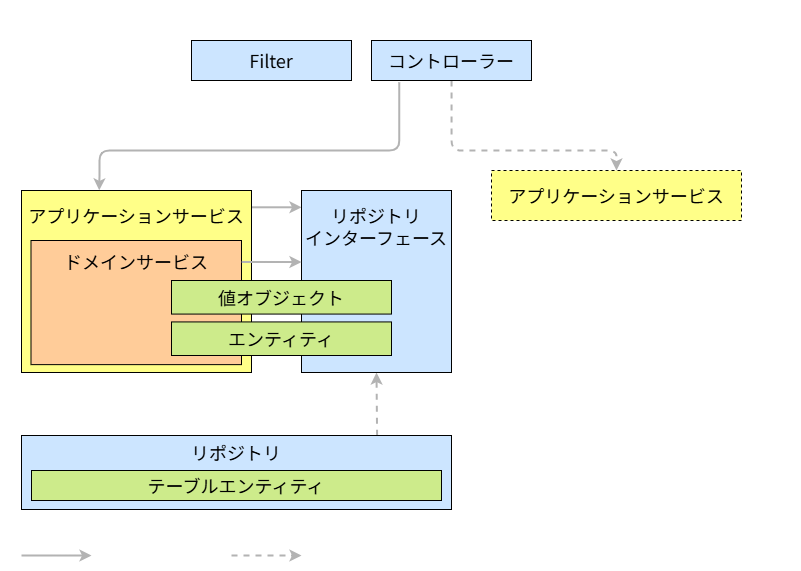
The draw.io diagram documents/contents/images/app-architecture/client-side-rendering/csr-architecture-dark.png in AlesInfiny/maia, before a commit. Source tidied: cells renumbered, new cells last; positions are measured from the earlier drawing's top-left corner, leaving out a move shared by most shapes.
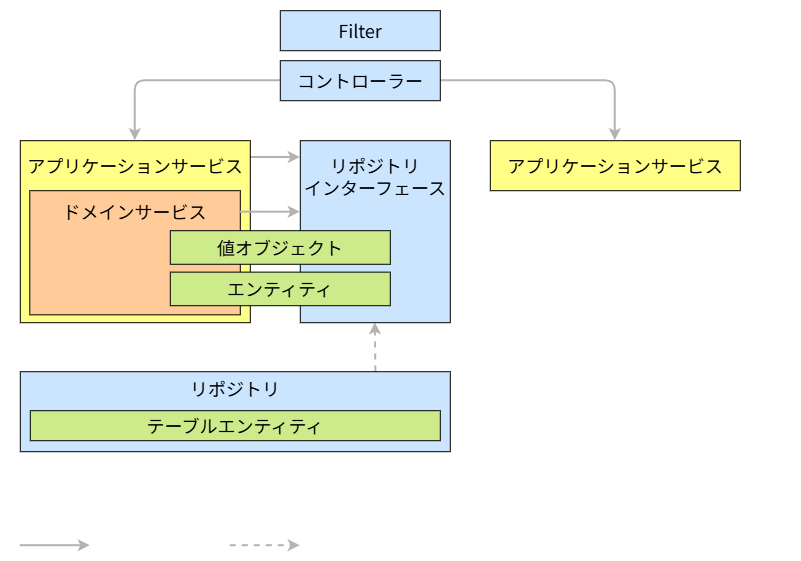
The same file after the commit.

Diff of the diagram source:
```diff
@@ -2,103 +2,100 @@
   <root>
     <mxCell id="0" />
     <mxCell id="1" parent="0" />
-    <mxCell id="2" value="&lt;font&gt;&lt;font style=&quot;color: rgb(255, 255, 255);&quot;&gt;アプリケーションモジュール A&lt;/font&gt;&lt;br&gt;&lt;/font&gt;" style="rounded=0;whiteSpace=wrap;html=1;fontFamily=Noto Sans JP;fontSize=18;strokeWidth=2;dashed=1;fontSource=https%3A%2F%2Ffonts.googleapis.com%2Fcss%3Ffamily%3DNoto%2BSans%2BJP;fillColor=none;strokeColor=#FFFFFF;spacingTop=8;spacingLeft=8;verticalAlign=top;align=left;fontColor=#000000;" parent="1" vertex="1">
-      <mxGeometry y="100" width="470" height="430" as="geometry" />
+    <mxCell id="2" value="&lt;font&gt;&lt;span style=&quot;color: rgb(255, 255, 255);&quot;&gt;アプリケーションモジュール A&lt;/span&gt;&lt;br&gt;&lt;/font&gt;" style="rounded=0;whiteSpace=wrap;html=1;fontFamily=Noto Sans JP;fontSize=18;strokeWidth=1;fontSource=https%3A%2F%2Ffonts.googleapis.com%2Fcss%3Ffamily%3DNoto%2BSans%2BJP;fillColor=none;strokeColor=#FFFFFF;spacingTop=8;spacingLeft=0;verticalAlign=bottom;align=center;" parent="1" vertex="1">
+      <mxGeometry x="-40" y="180" width="470" height="400" as="geometry" />
     </mxCell>
-    <mxCell id="3" value="&lt;font&gt;&lt;font style=&quot;color: rgb(255, 255, 255);&quot;&gt;アプリケーションモジュール B&lt;/font&gt;&lt;br&gt;&lt;/font&gt;" style="rounded=0;whiteSpace=wrap;html=1;fontFamily=Noto Sans JP;fontSize=18;strokeWidth=2;dashed=1;fontSource=https%3A%2F%2Ffonts.googleapis.com%2Fcss%3Ffamily%3DNoto%2BSans%2BJP;fillColor=none;strokeColor=#FFFFFF;spacingTop=8;spacingLeft=8;verticalAlign=top;align=left;fontColor=#FFFFFF;" parent="1" vertex="1">
-      <mxGeometry x="480" y="100.6" width="270" height="429.4" as="geometry" />
+    <mxCell id="3" value="&lt;font&gt;&lt;span style=&quot;color: rgb(255, 255, 255);&quot;&gt;アプリケーションモジュール B&lt;/span&gt;&lt;br&gt;&lt;/font&gt;" style="rounded=0;whiteSpace=wrap;html=1;fontFamily=Noto Sans JP;fontSize=18;strokeWidth=1;fontSource=https%3A%2F%2Ffonts.googleapis.com%2Fcss%3Ffamily%3DNoto%2BSans%2BJP;fillColor=none;strokeColor=#FFFFFF;spacingTop=8;spacingLeft=0;verticalAlign=bottom;align=center;" parent="1" vertex="1">
+      <mxGeometry x="440" y="180.6" width="270" height="400" as="geometry" />
     </mxCell>
-    <mxCell id="4" value="&lt;font style=&quot;font-size: 18px; color: rgb(255, 255, 255);&quot;&gt;&lt;font style=&quot;&quot;&gt;内部構成は&lt;/font&gt;&lt;span style=&quot;background-color: transparent;&quot;&gt;アプリケーション&lt;/span&gt;&lt;/font&gt;&lt;div&gt;&lt;font style=&quot;font-size: 18px; color: rgb(255, 255, 255);&quot;&gt;&lt;span style=&quot;background-color: transparent;&quot;&gt;モジュール A と同様&lt;/span&gt;&lt;/font&gt;&lt;/div&gt;" style="text;html=1;strokeColor=none;fillColor=none;align=center;verticalAlign=middle;whiteSpace=wrap;rounded=0;fontFamily=Noto Sans JP;fontSize=14;fontColor=#FFFFFF;" parent="1" vertex="1">
-      <mxGeometry x="485" y="265" width="260" height="80" as="geometry" />
-    </mxCell>
+    <mxCell id="28" value="&lt;font style=&quot;color: rgb(255, 255, 255);&quot;&gt;内部構成はアプリケーション&lt;/font&gt;&lt;div&gt;&lt;font style=&quot;color: rgb(255, 255, 255);&quot;&gt;モジュール A と同様&lt;/font&gt;&lt;/div&gt;" style="text;html=1;strokeColor=none;fillColor=none;align=center;verticalAlign=middle;whiteSpace=wrap;rounded=0;fontFamily=Noto Sans JP;fontSize=18;fontColor=#000000;" parent="1" vertex="1">
+      <mxGeometry x="445" y="345" width="260" height="80" as="geometry" />
+    </mxCell>
-    <mxCell id="5" value="…" style="text;html=1;strokeColor=none;fillColor=none;align=center;verticalAlign=middle;whiteSpace=wrap;rounded=0;fontFamily=Noto Sans JP;fontSize=28;fontColor=#FFFFFF;" parent="1" vertex="1">
-      <mxGeometry x="760" y="275" width="40" height="60" as="geometry" />
+    <mxCell id="5" value="&lt;span style=&quot;color: rgb(255, 255, 255);&quot;&gt;…&lt;/span&gt;" style="text;html=1;strokeColor=none;fillColor=none;align=center;verticalAlign=middle;whiteSpace=wrap;rounded=0;fontFamily=Noto Sans JP;fontSize=28;fontColor=#000000;" parent="1" vertex="1">
+      <mxGeometry x="720" y="355" width="40" height="60" as="geometry" />
     </mxCell>
-    <mxCell id="6" value="&lt;font&gt;&lt;font style=&quot;color: rgb(255, 255, 255);&quot;&gt;アプリケーションコア層&lt;/font&gt;&lt;br&gt;&lt;/font&gt;" style="rounded=0;whiteSpace=wrap;html=1;fontFamily=Noto Sans JP;fontSize=18;strokeWidth=1;fontSource=https%3A%2F%2Ffonts.googleapis.com%2Fcss%3Ffamily%3DNoto%2BSans%2BJP;fillColor=none;strokeColor=#FFFFFF;spacingTop=8;verticalAlign=top;fontColor=#FFFFFF;" parent="1" vertex="1">
-      <mxGeometry x="10" y="140" width="450" height="240" as="geometry" />
+    <mxCell id="6" value="&lt;font&gt;&lt;span style=&quot;color: rgb(255, 255, 255);&quot;&gt;アプリケーションコア層&lt;/span&gt;&lt;br&gt;&lt;/font&gt;" style="rounded=0;whiteSpace=wrap;html=1;fontFamily=Noto Sans JP;fontSize=18;strokeWidth=1;fontSource=https%3A%2F%2Ffonts.googleapis.com%2Fcss%3Ffamily%3DNoto%2BSans%2BJP;fillColor=none;strokeColor=#FFFFFF;spacingTop=8;verticalAlign=bottom;align=left;spacingLeft=8;" parent="1" vertex="1">
+      <mxGeometry x="-30" y="190" width="450" height="220" as="geometry" />
     </mxCell>
-    <mxCell id="7" style="edgeStyle=none;html=1;strokeColor=#B3B3B3;strokeWidth=2;" parent="1" edge="1">
-      <mxGeometry relative="1" as="geometry">
-        <mxPoint x="250" y="206.8" as="sourcePoint" />
-        <mxPoint x="300" y="206.8" as="targetPoint" />
-      </mxGeometry>
-    </mxCell>
-    <mxCell id="8" value="&lt;div&gt;&lt;font color=&quot;#000000&quot;&gt;アプリケーションサービス&lt;/font&gt;&lt;/div&gt;" style="rounded=0;whiteSpace=wrap;html=1;fontFamily=Noto Sans JP;fontSize=18;fillColor=#ffff88;strokeColor=default;strokeWidth=1;spacingLeft=0;fontSource=https%3A%2F%2Ffonts.googleapis.com%2Fcss%3Ffamily%3DNoto%2BSans%2BJP;align=center;verticalAlign=top;spacingTop=8;" parent="1" vertex="1">
-      <mxGeometry x="20" y="190" width="230" height="182" as="geometry" />
-    </mxCell>
+    <mxCell id="29" style="edgeStyle=none;html=1;strokeColor=#B3B3B3;strokeWidth=2;" parent="1" edge="1">
+      <mxGeometry relative="1" as="geometry">
+        <mxPoint x="210" y="216.8" as="sourcePoint" />
+        <mxPoint x="260" y="216.8" as="targetPoint" />
+      </mxGeometry>
+    </mxCell>
+    <mxCell id="30" value="&lt;div&gt;&lt;font color=&quot;#000000&quot;&gt;アプリケーションサービス&lt;/font&gt;&lt;/div&gt;" style="rounded=0;whiteSpace=wrap;html=1;fontFamily=Noto Sans JP;fontSize=18;fillColor=#ffff88;strokeColor=#000000;strokeWidth=1;spacingLeft=0;fontSource=https%3A%2F%2Ffonts.googleapis.com%2Fcss%3Ffamily%3DNoto%2BSans%2BJP;align=center;verticalAlign=top;spacingTop=8;" parent="1" vertex="1">
+      <mxGeometry x="-20" y="200" width="230" height="182" as="geometry" />
+    </mxCell>
-    <mxCell id="9" value="&lt;font&gt;&lt;font style=&quot;color: rgb(255, 255, 255);&quot;&gt;インフラストラクチャ層&lt;/font&gt;&lt;br&gt;&lt;/font&gt;" style="rounded=0;whiteSpace=wrap;html=1;fontFamily=Noto Sans JP;fontSize=18;strokeWidth=1;fontSource=https%3A%2F%2Ffonts.googleapis.com%2Fcss%3Ffamily%3DNoto%2BSans%2BJP;fillColor=none;strokeColor=#FFFFFF;spacingTop=8;verticalAlign=top;fontColor=#000000;" parent="1" vertex="1">
-      <mxGeometry x="10" y="390" width="450" height="130" as="geometry" />
+    <mxCell id="9" value="&lt;font&gt;&lt;span style=&quot;color: rgb(255, 255, 255);&quot;&gt;インフラストラクチャ層&lt;/span&gt;&lt;br&gt;&lt;/font&gt;" style="rounded=0;whiteSpace=wrap;html=1;fontFamily=Noto Sans JP;fontSize=18;strokeWidth=1;fontSource=https%3A%2F%2Ffonts.googleapis.com%2Fcss%3Ffamily%3DNoto%2BSans%2BJP;fillColor=none;strokeColor=#FFFFFF;spacingTop=8;verticalAlign=bottom;align=left;spacingLeft=8;" parent="1" vertex="1">
+      <mxGeometry x="-30" y="420" width="450" height="124.1" as="geometry" />
     </mxCell>
-    <mxCell id="10" value="&lt;font&gt;&lt;font style=&quot;color: rgb(255, 255, 255);&quot;&gt;プレゼンテーション層&lt;/font&gt;&lt;br&gt;&lt;/font&gt;" style="rounded=0;whiteSpace=wrap;html=1;fontFamily=Noto Sans JP;fontSize=18;strokeWidth=1;fontSource=https%3A%2F%2Ffonts.googleapis.com%2Fcss%3Ffamily%3DNoto%2BSans%2BJP;fillColor=none;strokeColor=#FFFFFF;spacingTop=8;verticalAlign=top;fontColor=#FFFFFF;" parent="1" vertex="1">
-      <mxGeometry width="750" height="90" as="geometry" />
+    <mxCell id="10" value="&lt;font&gt;&lt;span style=&quot;color: rgb(255, 255, 255);&quot;&gt;プレゼンテーション層&lt;/span&gt;&lt;br&gt;&lt;/font&gt;" style="rounded=0;whiteSpace=wrap;html=1;fontFamily=Noto Sans JP;fontSize=18;strokeWidth=1;fontSource=https%3A%2F%2Ffonts.googleapis.com%2Fcss%3Ffamily%3DNoto%2BSans%2BJP;fillColor=none;strokeColor=#FFFFFF;spacingTop=8;verticalAlign=top;align=left;spacingLeft=8;" parent="1" vertex="1">
+      <mxGeometry x="-40" y="60" width="750" height="110" as="geometry" />
     </mxCell>
-    <mxCell id="11" value="&lt;div&gt;&lt;font color=&quot;#000000&quot;&gt;ドメインサービス&lt;/font&gt;&lt;/div&gt;" style="rounded=0;whiteSpace=wrap;html=1;fontFamily=Noto Sans JP;fontSize=18;fillColor=#ffcc99;strokeColor=default;strokeWidth=1;spacingLeft=0;fontSource=https%3A%2F%2Ffonts.googleapis.com%2Fcss%3Ffamily%3DNoto%2BSans%2BJP;align=center;verticalAlign=top;spacingTop=4;" parent="1" vertex="1">
-      <mxGeometry x="29.5" y="240" width="210.5" height="124.1" as="geometry" />
+    <mxCell id="11" value="&lt;div&gt;&lt;font color=&quot;#000000&quot;&gt;ドメインサービス&lt;/font&gt;&lt;/div&gt;" style="rounded=0;whiteSpace=wrap;html=1;fontFamily=Noto Sans JP;fontSize=18;fillColor=#ffcc99;strokeColor=#000000;strokeWidth=1;spacingLeft=0;fontSource=https%3A%2F%2Ffonts.googleapis.com%2Fcss%3Ffamily%3DNoto%2BSans%2BJP;align=center;verticalAlign=top;spacingTop=4;" parent="1" vertex="1">
+      <mxGeometry x="-10.5" y="250" width="210.5" height="124.1" as="geometry" />
     </mxCell>
     <mxCell id="12" style="edgeStyle=none;html=1;entryX=0.5;entryY=1;entryDx=0;entryDy=0;exitX=0.827;exitY=0.004;exitDx=0;exitDy=0;exitPerimeter=0;strokeColor=#B3B3B3;strokeWidth=2;dashed=1;" parent="1" edge="1" source="13" target="14">
       <mxGeometry relative="1" as="geometry" />
     </mxCell>
-    <mxCell id="13" value="&lt;font color=&quot;#000000&quot;&gt;リポジトリ&lt;br&gt;&lt;/font&gt;" style="rounded=0;whiteSpace=wrap;html=1;fontFamily=Noto Sans JP;fontSize=18;fillColor=#cce5ff;strokeColor=default;strokeWidth=1;spacingLeft=0;fontSource=https%3A%2F%2Ffonts.googleapis.com%2Fcss%3Ffamily%3DNoto%2BSans%2BJP;verticalAlign=top;" parent="1" vertex="1">
-      <mxGeometry x="20" y="435" width="430" height="74" as="geometry" />
+    <mxCell id="13" value="&lt;font color=&quot;#000000&quot;&gt;リポジトリ&lt;br&gt;&lt;/font&gt;" style="rounded=0;whiteSpace=wrap;html=1;fontFamily=Noto Sans JP;fontSize=18;fillColor=#cce5ff;strokeColor=#000000;strokeWidth=1;spacingLeft=0;fontSource=https%3A%2F%2Ffonts.googleapis.com%2Fcss%3Ffamily%3DNoto%2BSans%2BJP;verticalAlign=top;" parent="1" vertex="1">
+      <mxGeometry x="-20" y="431" width="430" height="80" as="geometry" />
     </mxCell>
-    <mxCell id="14" value="&lt;font color=&quot;#000000&quot;&gt;リポジトリ&lt;br&gt;インターフェース&lt;br&gt;&lt;/font&gt;" style="rounded=0;whiteSpace=wrap;html=1;fontFamily=Noto Sans JP;fontSize=18;fillColor=#cce5ff;strokeColor=default;strokeWidth=1;spacingLeft=0;fontSource=https%3A%2F%2Ffonts.googleapis.com%2Fcss%3Ffamily%3DNoto%2BSans%2BJP;verticalAlign=top;spacingTop=8;" parent="1" vertex="1">
-      <mxGeometry x="300" y="190" width="150" height="182" as="geometry" />
+    <mxCell id="14" value="&lt;font color=&quot;#000000&quot;&gt;リポジトリ&lt;br&gt;インターフェース&lt;br&gt;&lt;/font&gt;" style="rounded=0;whiteSpace=wrap;html=1;fontFamily=Noto Sans JP;fontSize=18;fillColor=#cce5ff;strokeColor=#000000;strokeWidth=1;spacingLeft=0;fontSource=https%3A%2F%2Ffonts.googleapis.com%2Fcss%3Ffamily%3DNoto%2BSans%2BJP;verticalAlign=top;spacingTop=8;" parent="1" vertex="1">
+      <mxGeometry x="260" y="200" width="150" height="182" as="geometry" />
     </mxCell>
-    <mxCell id="15" style="edgeStyle=orthogonalEdgeStyle;html=1;strokeColor=#B3B3B3;exitX=0.174;exitY=1.041;exitDx=0;exitDy=0;exitPerimeter=0;entryX=0.338;entryY=-0.001;entryDx=0;entryDy=0;entryPerimeter=0;strokeWidth=2;" parent="1" edge="1" source="17" target="8">
-      <mxGeometry relative="1" as="geometry">
-        <Array as="points">
-          <mxPoint x="398" y="150" />
-          <mxPoint x="98" y="150" />
-          <mxPoint x="98" y="170" />
-        </Array>
-      </mxGeometry>
-    </mxCell>
-    <mxCell id="16" style="edgeStyle=orthogonalEdgeStyle;html=1;strokeColor=#B3B3B3;dashed=1;strokeWidth=2;" parent="1" edge="1" source="17" target="22">
-      <mxGeometry relative="1" as="geometry">
-        <Array as="points">
-          <mxPoint x="450" y="150" />
-          <mxPoint x="615" y="150" />
-        </Array>
-      </mxGeometry>
-    </mxCell>
+    <mxCell id="31" style="edgeStyle=orthogonalEdgeStyle;html=1;strokeColor=#B3B3B3;exitX=0;exitY=0.5;exitDx=0;exitDy=0;entryX=0.5;entryY=0;entryDx=0;entryDy=0;strokeWidth=2;" parent="1" edge="1" source="17" target="30">
+      <mxGeometry relative="1" as="geometry">
+        <Array as="points">
+          <mxPoint x="95" y="140" />
+        </Array>
+      </mxGeometry>
+    </mxCell>
+    <mxCell id="32" style="edgeStyle=orthogonalEdgeStyle;html=1;strokeColor=#B3B3B3;strokeWidth=2;" parent="1" edge="1" source="17" target="33">
+      <mxGeometry relative="1" as="geometry">
+        <Array as="points">
+          <mxPoint x="575" y="140" />
+        </Array>
+      </mxGeometry>
+    </mxCell>
-    <mxCell id="17" value="&lt;font color=&quot;#000000&quot;&gt;コントローラー&lt;/font&gt;" style="rounded=0;whiteSpace=wrap;html=1;fontFamily=Noto Sans JP;fontSize=18;fillColor=#cce5ff;strokeColor=default;strokeWidth=1;spacingLeft=0;fontSource=https%3A%2F%2Ffonts.googleapis.com%2Fcss%3Ffamily%3DNoto%2BSans%2BJP;" parent="1" vertex="1">
-      <mxGeometry x="370" y="40" width="160" height="40" as="geometry" />
+    <mxCell id="17" value="&lt;font color=&quot;#000000&quot;&gt;コントローラー&lt;/font&gt;" style="rounded=0;whiteSpace=wrap;html=1;fontFamily=Noto Sans JP;fontSize=18;fillColor=#cce5ff;strokeColor=#000000;strokeWidth=1;spacingLeft=0;fontSource=https%3A%2F%2Ffonts.googleapis.com%2Fcss%3Ffamily%3DNoto%2BSans%2BJP;" parent="1" vertex="1">
+      <mxGeometry x="240" y="120" width="160" height="40" as="geometry" />
     </mxCell>
-    <mxCell id="18" value="&lt;font color=&quot;#000000&quot;&gt;Filter&lt;/font&gt;" style="rounded=0;whiteSpace=wrap;html=1;fontFamily=Noto Sans JP;fontSize=18;fillColor=#cce5ff;strokeColor=default;strokeWidth=1;spacingLeft=0;fontSource=https%3A%2F%2Ffonts.googleapis.com%2Fcss%3Ffamily%3DNoto%2BSans%2BJP;" parent="1" vertex="1">
-      <mxGeometry x="190" y="40" width="160" height="40" as="geometry" />
+    <mxCell id="18" value="&lt;font color=&quot;#000000&quot;&gt;Filter&lt;/font&gt;" style="rounded=0;whiteSpace=wrap;html=1;fontFamily=Noto Sans JP;fontSize=18;fillColor=#cce5ff;strokeColor=#000000;strokeWidth=1;spacingLeft=0;fontSource=https%3A%2F%2Ffonts.googleapis.com%2Fcss%3Ffamily%3DNoto%2BSans%2BJP;" parent="1" vertex="1">
+      <mxGeometry x="240" y="70" width="160" height="40" as="geometry" />
     </mxCell>
-    <mxCell id="19" value="&lt;font color=&quot;#000000&quot;&gt;テーブルエンティティ&lt;/font&gt;" style="rounded=0;whiteSpace=wrap;html=1;fontFamily=Noto Sans JP;fontSize=18;fillColor=#cdeb8b;strokeColor=default;strokeWidth=1;spacingLeft=0;fontSource=https%3A%2F%2Ffonts.googleapis.com%2Fcss%3Ffamily%3DNoto%2BSans%2BJP;" parent="1" vertex="1">
-      <mxGeometry x="30" y="470" width="410" height="30" as="geometry" />
+    <mxCell id="19" value="&lt;font color=&quot;#000000&quot;&gt;テーブルエンティティ&lt;/font&gt;" style="rounded=0;whiteSpace=wrap;html=1;fontFamily=Noto Sans JP;fontSize=18;fillColor=#cdeb8b;strokeColor=#000000;strokeWidth=1;spacingLeft=0;fontSource=https%3A%2F%2Ffonts.googleapis.com%2Fcss%3Ffamily%3DNoto%2BSans%2BJP;" parent="1" vertex="1">
+      <mxGeometry x="-10" y="470" width="410" height="30" as="geometry" />
     </mxCell>
-    <mxCell id="20" value="値オブジェクト" style="rounded=0;whiteSpace=wrap;html=1;fontFamily=Noto Sans JP;fontSize=18;fillColor=#cdeb8b;strokeColor=default;strokeWidth=1;spacingLeft=0;fontSource=https%3A%2F%2Ffonts.googleapis.com%2Fcss%3Ffamily%3DNoto%2BSans%2BJP;" parent="1" vertex="1">
-      <mxGeometry x="170" y="280" width="220" height="33.6" as="geometry" />
+    <mxCell id="20" value="値オブジェクト" style="rounded=0;whiteSpace=wrap;html=1;fontFamily=Noto Sans JP;fontSize=18;fillColor=#cdeb8b;strokeColor=#000000;strokeWidth=1;spacingLeft=0;fontSource=https%3A%2F%2Ffonts.googleapis.com%2Fcss%3Ffamily%3DNoto%2BSans%2BJP;" parent="1" vertex="1">
+      <mxGeometry x="130" y="290" width="220" height="33.6" as="geometry" />
     </mxCell>
-    <mxCell id="21" value="エンティティ" style="rounded=0;whiteSpace=wrap;html=1;fontFamily=Noto Sans JP;fontSize=18;fillColor=#cdeb8b;strokeColor=default;strokeWidth=1;spacingLeft=0;fontSource=https%3A%2F%2Ffonts.googleapis.com%2Fcss%3Ffamily%3DNoto%2BSans%2BJP;" parent="1" vertex="1">
-      <mxGeometry x="170" y="321.4" width="220" height="33.6" as="geometry" />
+    <mxCell id="21" value="エンティティ" style="rounded=0;whiteSpace=wrap;html=1;fontFamily=Noto Sans JP;fontSize=18;fillColor=#cdeb8b;strokeColor=#000000;strokeWidth=1;spacingLeft=0;fontSource=https%3A%2F%2Ffonts.googleapis.com%2Fcss%3Ffamily%3DNoto%2BSans%2BJP;" parent="1" vertex="1">
+      <mxGeometry x="130" y="331.4" width="220" height="33.6" as="geometry" />
     </mxCell>
-    <mxCell id="22" value="&lt;div&gt;&lt;font color=&quot;#000000&quot;&gt;アプリケーションサービス&lt;/font&gt;&lt;/div&gt;" style="rounded=0;whiteSpace=wrap;html=1;fontFamily=Noto Sans JP;fontSize=18;fillColor=#ffff88;strokeColor=default;strokeWidth=1;spacingLeft=0;fontSource=https%3A%2F%2Ffonts.googleapis.com%2Fcss%3Ffamily%3DNoto%2BSans%2BJP;align=center;verticalAlign=top;spacingTop=8;dashed=1;" parent="1" vertex="1">
-      <mxGeometry x="490" y="170" width="250" height="50" as="geometry" />
-    </mxCell>
+    <mxCell id="33" value="&lt;div&gt;&lt;font color=&quot;#000000&quot;&gt;アプリケーションサービス&lt;/font&gt;&lt;/div&gt;" style="rounded=0;whiteSpace=wrap;html=1;fontFamily=Noto Sans JP;fontSize=18;fillColor=#ffff88;strokeColor=#000000;strokeWidth=1;spacingLeft=0;fontSource=https%3A%2F%2Ffonts.googleapis.com%2Fcss%3Ffamily%3DNoto%2BSans%2BJP;align=center;verticalAlign=top;spacingTop=8;" parent="1" vertex="1">
+      <mxGeometry x="450" y="200" width="250" height="50" as="geometry" />
+    </mxCell>
     <mxCell id="23" style="edgeStyle=none;html=1;entryX=0;entryY=0.393;entryDx=0;entryDy=0;entryPerimeter=0;exitX=1.001;exitY=0.173;exitDx=0;exitDy=0;exitPerimeter=0;strokeColor=#B3B3B3;strokeWidth=2;" parent="1" edge="1" source="11" target="14">
       <mxGeometry relative="1" as="geometry" />
     </mxCell>
-    <mxCell id="24" style="html=1;strokeColor=#B3B3B3;strokeWidth=2;" parent="1" edge="1">
-      <mxGeometry relative="1" as="geometry">
-        <mxPoint x="20" y="555" as="sourcePoint" />
-        <mxPoint x="90" y="555" as="targetPoint" />
-      </mxGeometry>
-    </mxCell>
+    <mxCell id="34" style="html=1;strokeColor=#B3B3B3;strokeWidth=2;" parent="1" edge="1">
+      <mxGeometry relative="1" as="geometry">
+        <mxPoint x="-20" y="605" as="sourcePoint" />
+        <mxPoint x="50" y="605" as="targetPoint" />
+      </mxGeometry>
+    </mxCell>
-    <mxCell id="25" value="&lt;font color=&quot;#FFFFFF&quot;&gt;依存関係&lt;/font&gt;" style="text;html=1;strokeColor=none;fillColor=none;align=left;verticalAlign=middle;whiteSpace=wrap;rounded=0;fontFamily=Noto Sans JP;fontSize=16;fontColor=#FFFFFF;" parent="1" vertex="1">
-      <mxGeometry x="100" y="540" width="110" height="30" as="geometry" />
+    <mxCell id="25" value="&lt;font style=&quot;color: rgb(255, 255, 255);&quot;&gt;依存関係&lt;/font&gt;" style="text;html=1;strokeColor=none;fillColor=none;align=left;verticalAlign=middle;whiteSpace=wrap;rounded=0;fontFamily=Noto Sans JP;fontSize=16;fontColor=#000000;" parent="1" vertex="1">
+      <mxGeometry x="60" y="590" width="110" height="30" as="geometry" />
     </mxCell>
-    <mxCell id="26" style="html=1;strokeColor=#B3B3B3;strokeWidth=2;dashed=1;" parent="1" edge="1">
-      <mxGeometry relative="1" as="geometry">
-        <mxPoint x="230" y="555" as="sourcePoint" />
-        <mxPoint x="300" y="555" as="targetPoint" />
-      </mxGeometry>
-    </mxCell>
+    <mxCell id="35" style="html=1;strokeColor=#B3B3B3;strokeWidth=2;dashed=1;" parent="1" edge="1">
+      <mxGeometry relative="1" as="geometry">
+        <mxPoint x="190" y="605" as="sourcePoint" />
+        <mxPoint x="260" y="605" as="targetPoint" />
+      </mxGeometry>
+    </mxCell>
-    <mxCell id="27" value="&lt;font color=&quot;#FFFFFF&quot;&gt;実装関係&lt;/font&gt;" style="text;html=1;strokeColor=none;fillColor=none;align=left;verticalAlign=middle;whiteSpace=wrap;rounded=0;fontFamily=Noto Sans JP;fontSize=16;fontColor=#FFFFFF;" parent="1" vertex="1">
-      <mxGeometry x="310" y="540" width="110" height="30" as="geometry" />
+    <mxCell id="27" value="&lt;font style=&quot;color: rgb(255, 255, 255);&quot;&gt;実装関係&lt;/font&gt;" style="text;html=1;strokeColor=none;fillColor=none;align=left;verticalAlign=middle;whiteSpace=wrap;rounded=0;fontFamily=Noto Sans JP;fontSize=16;fontColor=#000000;" parent="1" vertex="1">
+      <mxGeometry x="270" y="590" width="110" height="30" as="geometry" />
     </mxCell>
   </root>
 </mxGraphModel>
```
